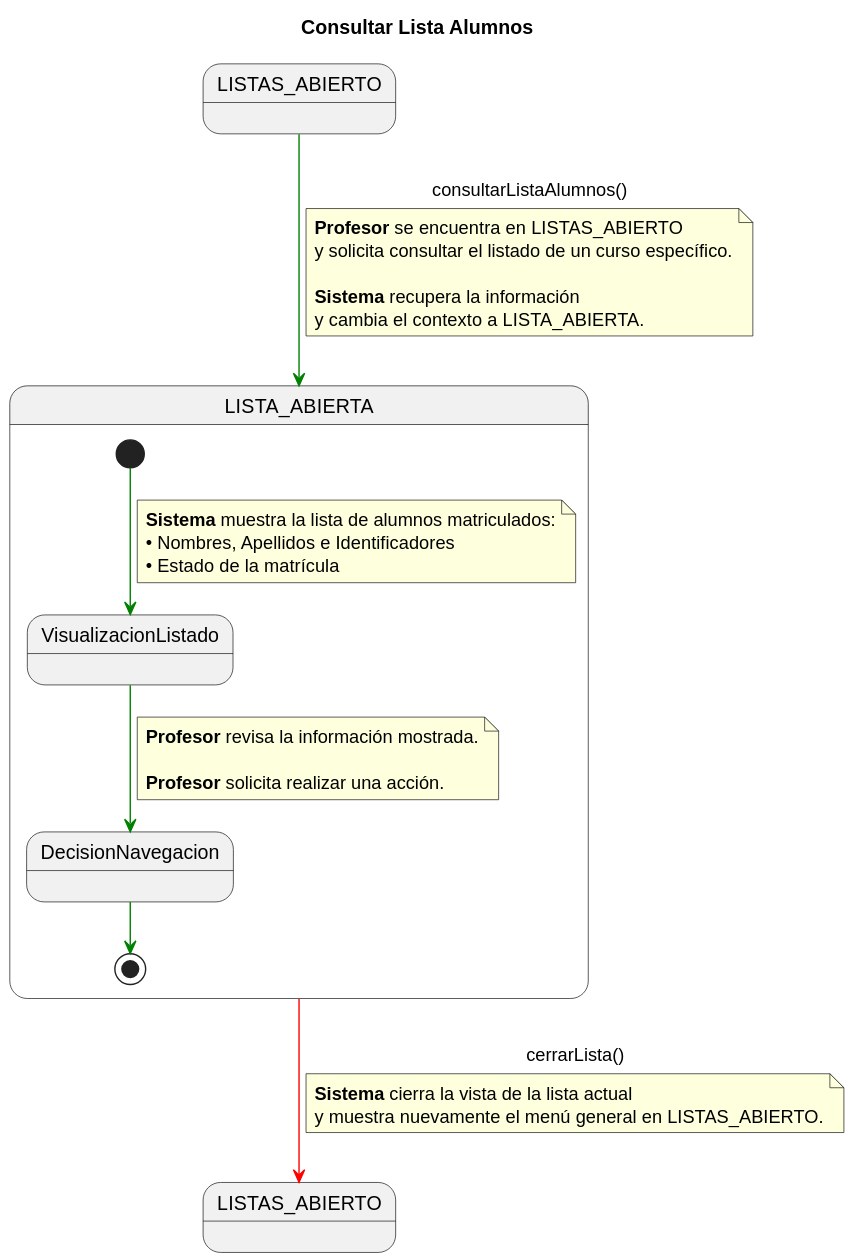
enmabry/25-26-IdSw1-SdR keeps this PlantUML diagram as documents/CasosDeUso/DetalladoCasosDeUso/Profesor/consultarListaAlumnos.svg. Above is the earlier version.
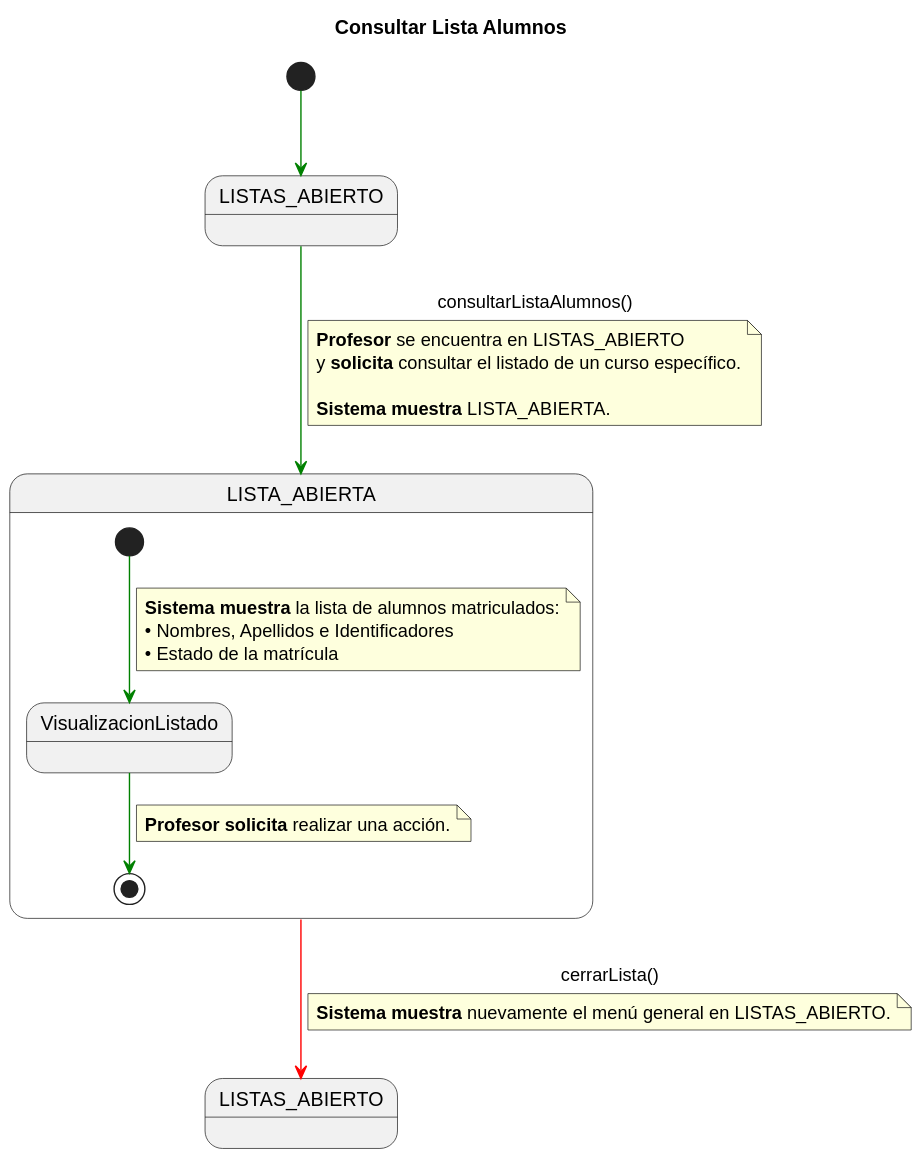
The same file after the commit.

What changed in the source:
```diff
@@ -6,41 +6,35 @@
 state LISTAS_ABIERTO_FINAL as "LISTAS_ABIERTO"
 state LISTA_ABIERTA as "LISTA_ABIERTA"
 
+[*] -[#green]-> LISTAS_ABIERTO_INICIAL
 
 LISTAS_ABIERTO_INICIAL -[#green]-> LISTA_ABIERTA : consultarListaAlumnos()
 note on link
 <b>Profesor</b> se encuentra en LISTAS_ABIERTO
-y solicita consultar el listado de un curso específico.
+y <b>solicita</b> consultar el listado de un curso específico.
 
-<b>Sistema</b> recupera la información
-y cambia el contexto a LISTA_ABIERTA.
+<b>Sistema muestra</b> LISTA_ABIERTA.
 end note
 
 state LISTA_ABIERTA as "LISTA_ABIERTA" {
 
     state VisualizacionListado
-    state DecisionNavegacion
 
     [*] -[#green]-> VisualizacionListado
     note on link
-    <b>Sistema</b> muestra la lista de alumnos matriculados:
+    <b>Sistema muestra</b> la lista de alumnos matriculados:
     • Nombres, Apellidos e Identificadores
     • Estado de la matrícula
     end note
 
-    VisualizacionListado -[#green]-> DecisionNavegacion
+    VisualizacionListado -[#green]-> [*]
     note on link
-    <b>Profesor</b> revisa la información mostrada.
-
-    <b>Profesor</b> solicita realizar una acción.
+    <b>Profesor solicita</b> realizar una acción.
     end note
-
-    DecisionNavegacion -[#green]-> [*]
 }
 
 LISTA_ABIERTA -[#red]-> LISTAS_ABIERTO_FINAL : cerrarLista()
 note on link
-<b>Sistema</b> cierra la vista de la lista actual
-y muestra nuevamente el menú general en LISTAS_ABIERTO.
+<b>Sistema muestra</b> nuevamente el menú general en LISTAS_ABIERTO.
 end note
 @enduml
```
